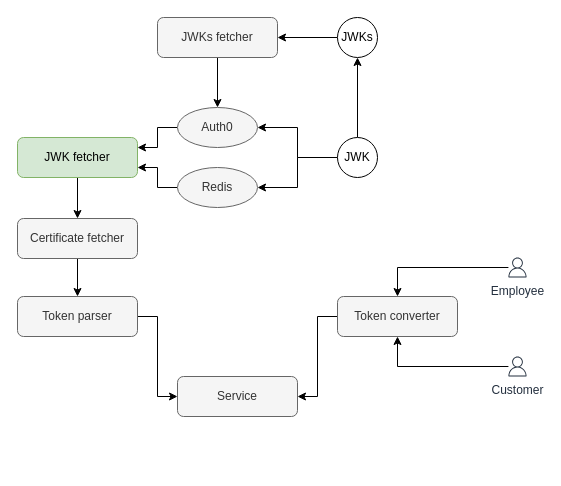
Before: docs/architecture.drawio in visiperf/visiauth, a draw.io diagram. Source tidied: cells renumbered, new cells numbered last; positions are measured from the earlier drawing's top-left corner, leaving out a move shared by most shapes. Both pictures are drawn from the tidied source at 100%, with x=0, y=0 at pixel (17, 17).
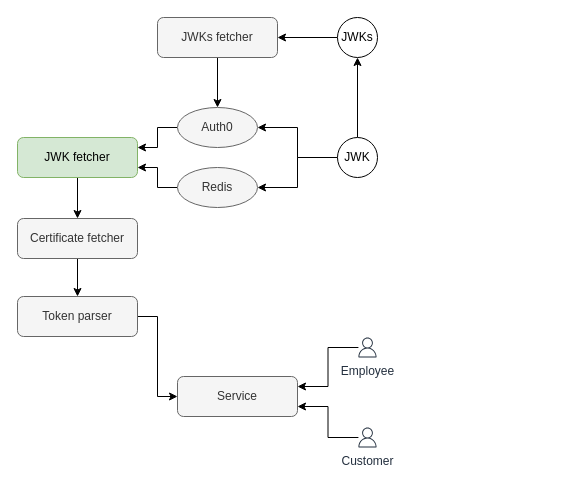
Above is the later version.

Unchanged cells that the change refers to:
```xml
<mxCell id="2" value="Service" style="rounded=1;whiteSpace=wrap;html=1;fillColor=#f5f5f5;strokeColor=#666666;fontColor=#333333;" parent="1" vertex="1">
  <mxGeometry x="160" y="359" width="120" height="40" as="geometry" />
</mxCell>
```

The edit, as a diff of the source:
```diff
@@
-    <mxCell id="3" style="edgeStyle=orthogonalEdgeStyle;rounded=0;jettySize=auto;html=1;entryX=1;entryY=0.5;entryDx=0;entryDy=0;" parent="1" edge="1" source="4" target="2">
-      <mxGeometry relative="1" as="geometry" />
-    </mxCell>
-    <mxCell id="4" value="Token converter" style="rounded=1;whiteSpace=wrap;html=1;fillColor=#f5f5f5;strokeColor=#666666;fontColor=#333333;" parent="1" vertex="1">
-      <mxGeometry x="320" y="279" width="120" height="40" as="geometry" />
-    </mxCell>
@@
-    <mxCell id="13" style="edgeStyle=orthogonalEdgeStyle;rounded=0;jettySize=auto;html=1;entryX=0.5;entryY=1;entryDx=0;entryDy=0;" parent="1" edge="1" source="14" target="4">
-      <mxGeometry relative="1" as="geometry" />
-    </mxCell>
+    <mxCell id="27" style="edgeStyle=orthogonalEdgeStyle;rounded=0;jettySize=auto;html=1;entryX=1;entryY=0.75;entryDx=0;entryDy=0;" parent="1" edge="1" source="14" target="2">
+      <mxGeometry relative="1" as="geometry" />
+    </mxCell>
     <mxCell id="14" value="Customer" style="outlineConnect=0;fontColor=#232F3E;gradientColor=none;fillColor=#232F3E;strokeColor=none;dashed=0;verticalLabelPosition=bottom;verticalAlign=top;align=center;html=1;fontSize=12;fontStyle=0;shape=mxgraph.aws4.user;" parent="1" vertex="1">
-      <mxGeometry x="490" y="339" width="20" height="20" as="geometry" />
+      <mxGeometry x="340" y="410" width="20" height="20" as="geometry" />
     </mxCell>
-    <mxCell id="15" style="edgeStyle=orthogonalEdgeStyle;rounded=0;jettySize=auto;html=1;entryX=0.5;entryY=0;entryDx=0;entryDy=0;" parent="1" edge="1" source="16" target="4">
-      <mxGeometry relative="1" as="geometry" />
-    </mxCell>
+    <mxCell id="28" style="edgeStyle=orthogonalEdgeStyle;rounded=0;jettySize=auto;html=1;entryX=1;entryY=0.25;entryDx=0;entryDy=0;" parent="1" edge="1" source="16" target="2">
+      <mxGeometry relative="1" as="geometry" />
+    </mxCell>
     <mxCell id="16" value="Employee" style="outlineConnect=0;fontColor=#232F3E;gradientColor=none;fillColor=#232F3E;strokeColor=none;dashed=0;verticalLabelPosition=bottom;verticalAlign=top;align=center;html=1;fontSize=12;fontStyle=0;shape=mxgraph.aws4.user;" parent="1" vertex="1">
-      <mxGeometry x="490" y="240" width="20" height="20" as="geometry" />
+      <mxGeometry x="340" y="320" width="20" height="20" as="geometry" />
     </mxCell>
```
